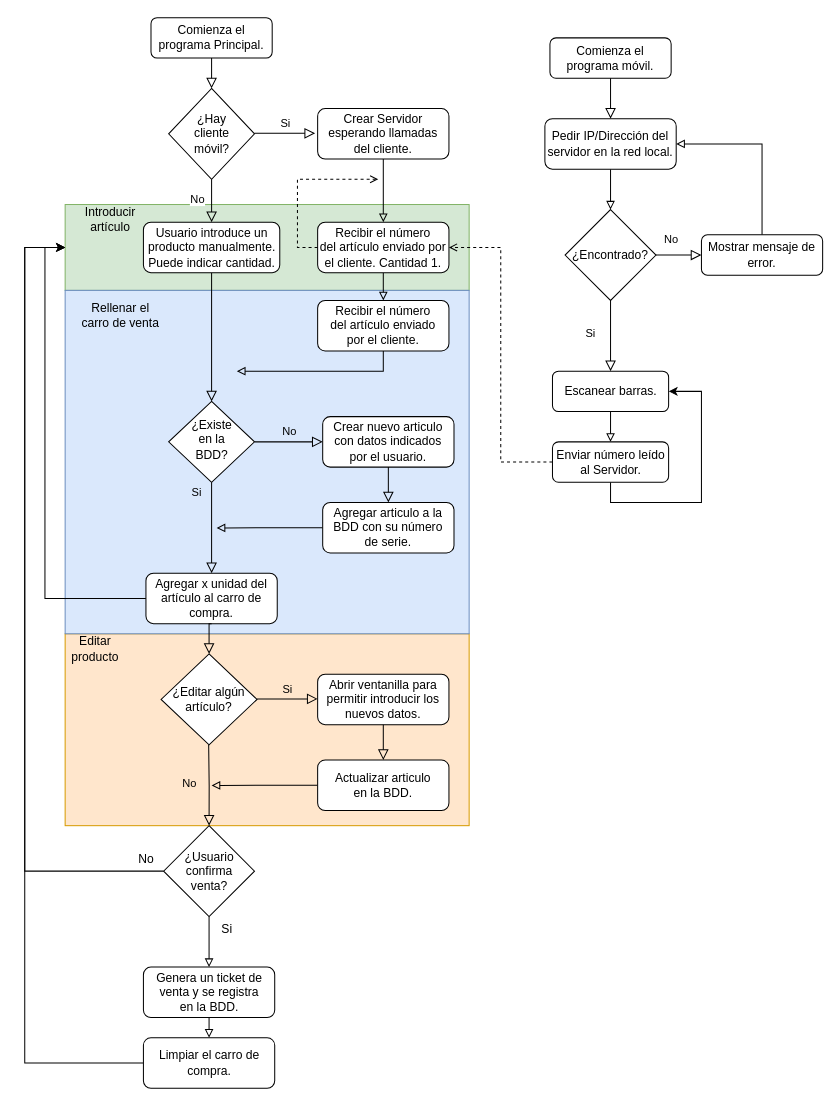
This is Diagramas/Secuencia.drawio from Haoen219/ProyectoFinal, a draw.io file, before an edit. Source tidied: cells renumbered, new cells numbered last; positions are measured from the earlier drawing's top-left corner, leaving out a move shared by most shapes. Both pictures are drawn from the tidied source at 101%, with x=0, y=0 at pixel (24, 17).
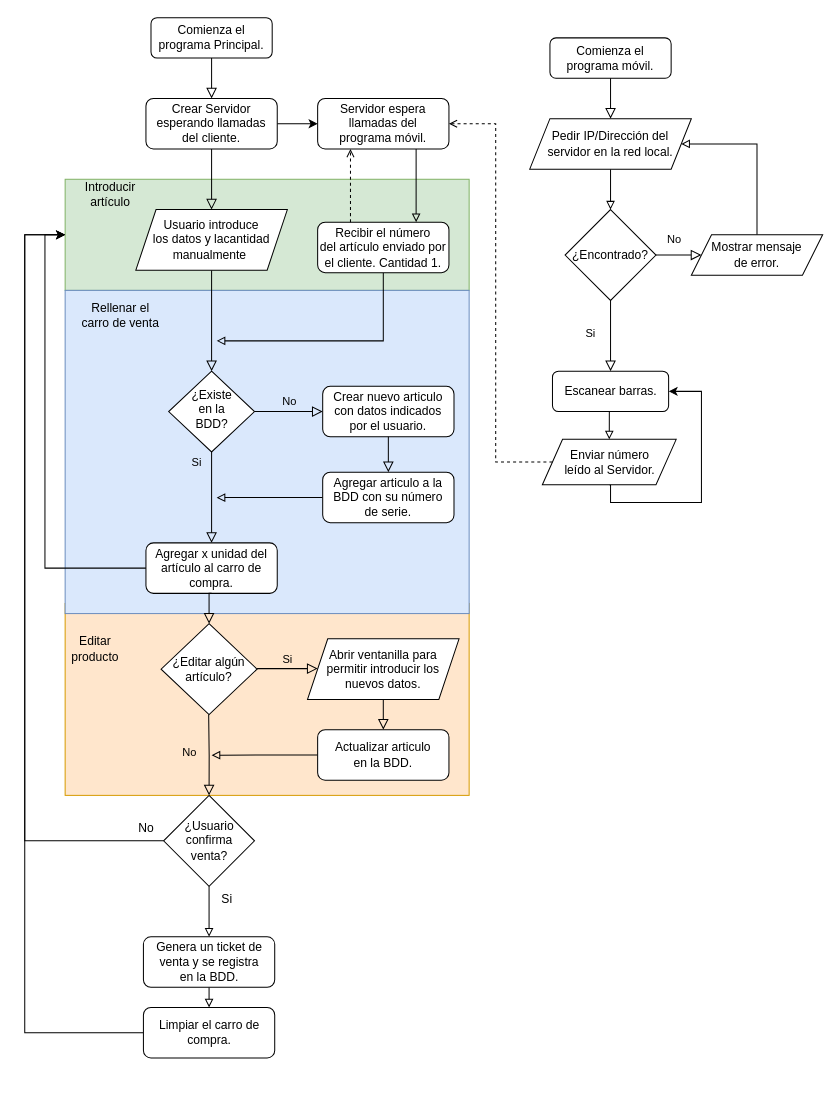
After the change.

Commit message (it also covers changes not shown here):
Actualización de la secuencia de operación.

Unchanged cells that the change refers to:
```xml
<mxCell id="6" value="Comienza el programa Principal." style="rounded=1;whiteSpace=wrap;html=1;fontSize=12;glass=0;strokeWidth=1;shadow=0;" parent="1" vertex="1">
  <mxGeometry x="125" width="120" height="40" as="geometry" />
</mxCell>
<mxCell id="38" value="Comienza el&lt;div&gt;programa móvil.&lt;/div&gt;" style="rounded=1;whiteSpace=wrap;html=1;fontSize=12;glass=0;strokeWidth=1;shadow=0;" parent="1" vertex="1">
  <mxGeometry x="520" y="20" width="120" height="40" as="geometry" />
</mxCell>
<mxCell id="47" value="Escanear barras." style="rounded=1;whiteSpace=wrap;html=1;fontSize=12;glass=0;strokeWidth=1;shadow=0;" parent="1" vertex="1">
  <mxGeometry x="522.5" y="350" width="115" height="40" as="geometry" />
</mxCell>
<mxCell id="54" value="Recibir el número&lt;div&gt;del artículo enviado por el cliente. Cantidad 1.&lt;/div&gt;" style="rounded=1;whiteSpace=wrap;html=1;fontSize=12;glass=0;strokeWidth=1;shadow=0;" parent="1" vertex="1">
  <mxGeometry x="290" y="202.5" width="130" height="50" as="geometry" />
</mxCell>
```

Diff of the diagram source:
```diff
@@
     <mxCell id="2" style="rounded=0;whiteSpace=wrap;html=1;fillColor=#d5e8d4;strokeColor=#82b366;" parent="1" vertex="1">
-      <mxGeometry x="40" y="185" width="400" height="85" as="geometry" />
+      <mxGeometry x="40" y="160" width="400" height="110" as="geometry" />
     </mxCell>
     <mxCell id="3" style="rounded=0;whiteSpace=wrap;html=1;fillColor=#ffe6cc;strokeColor=#d79b00;" parent="1" vertex="1">
-      <mxGeometry x="40" y="610" width="400" height="190" as="geometry" />
+      <mxGeometry x="40" y="580" width="400" height="190" as="geometry" />
     </mxCell>
     <mxCell id="4" style="rounded=0;whiteSpace=wrap;html=1;fillColor=#dae8fc;strokeColor=#6c8ebf;fillStyle=auto;" parent="1" vertex="1">
-      <mxGeometry x="40" y="270" width="400" height="340" as="geometry" />
+      <mxGeometry x="40" y="270" width="400" height="320" as="geometry" />
     </mxCell>
-    <mxCell id="5" style="rounded=0;html=1;jettySize=auto;fontSize=11;endArrow=block;endFill=0;endSize=8;strokeWidth=1;shadow=0;labelBackgroundColor=none;edgeStyle=orthogonalEdgeStyle;" parent="1" edge="1" source="13" target="9">
+    <mxCell id="5" style="rounded=0;html=1;jettySize=auto;fontSize=11;endArrow=block;endFill=0;endSize=8;strokeWidth=1;shadow=0;labelBackgroundColor=none;edgeStyle=orthogonalEdgeStyle;exitX=0.5;exitY=1;exitDx=0;exitDy=0;" parent="1" edge="1" source="66" target="9">
       <mxGeometry relative="1" as="geometry" />
     </mxCell>
@@
     <mxCell id="9" value="¿Existe&lt;div&gt;en&amp;nbsp;&lt;span style=&quot;background-color: initial;&quot;&gt;la&lt;/span&gt;&lt;/div&gt;&lt;div&gt;&lt;span style=&quot;background-color: initial;&quot;&gt;BDD?&lt;/span&gt;&lt;/div&gt;" style="rhombus;whiteSpace=wrap;html=1;shadow=0;fontFamily=Helvetica;fontSize=12;align=center;strokeWidth=1;spacing=6;spacingTop=-4;" parent="1" vertex="1">
-      <mxGeometry x="142.5" y="380" width="85" height="80" as="geometry" />
+      <mxGeometry x="142.5" y="350" width="85" height="80" as="geometry" />
     </mxCell>
     <mxCell id="10" value="Crear nuevo articulo con datos indicados&lt;div&gt;por el usuario.&lt;/div&gt;" style="rounded=1;whiteSpace=wrap;html=1;fontSize=12;glass=0;strokeWidth=1;shadow=0;" parent="1" vertex="1">
-      <mxGeometry x="295" y="395" width="130" height="50" as="geometry" />
+      <mxGeometry x="295" y="365" width="130" height="50" as="geometry" />
     </mxCell>
     <mxCell id="11" style="edgeStyle=orthogonalEdgeStyle;rounded=0;jettySize=auto;html=1;exitX=0;exitY=0.5;exitDx=0;exitDy=0;entryX=0;entryY=0.5;entryDx=0;entryDy=0;" parent="1" edge="1" source="12" target="2">
       <mxGeometry relative="1" as="geometry">
         <Array as="points">
-          <mxPoint x="20" y="575" />
-          <mxPoint x="20" y="228" />
+          <mxPoint x="20" y="545" />
+          <mxPoint x="20" y="215" />
         </Array>
       </mxGeometry>
     </mxCell>
     <mxCell id="12" value="Agregar x unidad del&lt;div&gt;artículo al carro de compra.&lt;/div&gt;" style="rounded=1;whiteSpace=wrap;html=1;fontSize=12;glass=0;strokeWidth=1;shadow=0;" parent="1" vertex="1">
-      <mxGeometry x="120" y="550" width="130" height="50" as="geometry" />
+      <mxGeometry x="120" y="520" width="130" height="50" as="geometry" />
     </mxCell>
-    <mxCell id="13" value="Usuario introduce un producto manualmente.&lt;div&gt;Puede indicar cantidad.&lt;/div&gt;" style="rounded=1;whiteSpace=wrap;html=1;fontSize=12;glass=0;strokeWidth=1;shadow=0;" parent="1" vertex="1">
-      <mxGeometry x="117.5" y="202.5" width="135" height="50" as="geometry" />
-    </mxCell>
-    <mxCell id="14" style="edgeStyle=orthogonalEdgeStyle;rounded=0;jettySize=auto;html=1;exitX=0.5;exitY=1;exitDx=0;exitDy=0;entryX=0.5;entryY=0;entryDx=0;entryDy=0;endArrow=block;endFill=0;" parent="1" edge="1" source="15" target="17">
-      <mxGeometry relative="1" as="geometry" />
+    <mxCell id="14" style="edgeStyle=orthogonalEdgeStyle;rounded=0;jettySize=auto;html=1;exitX=0.5;exitY=1;exitDx=0;exitDy=0;entryX=0.5;entryY=0;entryDx=0;entryDy=0;endArrow=block;endFill=0;" parent="1" edge="1" source="15">
+      <mxGeometry relative="1" as="geometry">
+        <mxPoint x="182.5" y="980" as="targetPoint" />
+      </mxGeometry>
     </mxCell>
     <mxCell id="15" value="Genera un ticket de venta y se registra&lt;div&gt;en la BDD.&lt;/div&gt;" style="rounded=1;whiteSpace=wrap;html=1;fontSize=12;glass=0;strokeWidth=1;shadow=0;" parent="1" vertex="1">
-      <mxGeometry x="117.5" y="940" width="130" height="50" as="geometry" />
+      <mxGeometry x="117.5" y="910" width="130" height="50" as="geometry" />
     </mxCell>
     <mxCell id="16" style="edgeStyle=orthogonalEdgeStyle;rounded=0;jettySize=auto;html=1;exitX=0;exitY=0.5;exitDx=0;exitDy=0;entryX=0;entryY=0.5;entryDx=0;entryDy=0;" parent="1" edge="1" source="17" target="2">
       <mxGeometry relative="1" as="geometry">
         <Array as="points">
-          <mxPoint y="1035" />
-          <mxPoint y="228" />
+          <mxPoint y="1005" />
+          <mxPoint y="215" />
         </Array>
       </mxGeometry>
     </mxCell>
     <mxCell id="17" value="Limpiar el carro de compra." style="rounded=1;whiteSpace=wrap;html=1;fontSize=12;glass=0;strokeWidth=1;shadow=0;" parent="1" vertex="1">
-      <mxGeometry x="117.5" y="1010" width="130" height="50" as="geometry" />
+      <mxGeometry x="117.5" y="980" width="130" height="50" as="geometry" />
     </mxCell>
     <mxCell id="18" style="rounded=0;html=1;jettySize=auto;fontSize=11;endArrow=block;endFill=0;endSize=8;strokeWidth=1;shadow=0;labelBackgroundColor=none;edgeStyle=orthogonalEdgeStyle;exitX=0.5;exitY=1;exitDx=0;exitDy=0;" parent="1" edge="1" source="10" target="20">
       <mxGeometry y="20" relative="1" as="geometry">
         <Array as="points">
-          <mxPoint x="360" y="460" />
-          <mxPoint x="360" y="460" />
+          <mxPoint x="360" y="430" />
+          <mxPoint x="360" y="430" />
         </Array>
       </mxGeometry>
     </mxCell>
     <mxCell id="19" style="edgeStyle=orthogonalEdgeStyle;rounded=0;jettySize=auto;html=1;exitX=0;exitY=0.5;exitDx=0;exitDy=0;endArrow=block;endFill=0;" parent="1" edge="1" source="20">
       <mxGeometry relative="1" as="geometry">
-        <mxPoint x="190" y="505.2" as="targetPoint" />
+        <mxPoint x="190" y="475.2" as="targetPoint" />
       </mxGeometry>
     </mxCell>
     <mxCell id="20" value="Agregar articulo a la BDD con su número&lt;div&gt;de serie.&lt;/div&gt;" style="rounded=1;whiteSpace=wrap;html=1;fontSize=12;glass=0;strokeWidth=1;shadow=0;" parent="1" vertex="1">
-      <mxGeometry x="295" y="480" width="130" height="50" as="geometry" />
+      <mxGeometry x="295" y="450" width="130" height="50" as="geometry" />
     </mxCell>
@@
     <mxCell id="22" value="¿Editar algún artículo?" style="rhombus;whiteSpace=wrap;html=1;" parent="1" vertex="1">
-      <mxGeometry x="135" y="630" width="95" height="90" as="geometry" />
+      <mxGeometry x="135" y="600" width="95" height="90" as="geometry" />
     </mxCell>
     <mxCell id="23" value="Si" style="edgeStyle=orthogonalEdgeStyle;rounded=0;html=1;jettySize=auto;orthogonalLoop=1;fontSize=11;endArrow=block;endFill=0;endSize=8;strokeWidth=1;shadow=0;labelBackgroundColor=none;" parent="1" edge="1">
       <mxGeometry y="10" relative="1" as="geometry">
-        <mxPoint x="230" y="674.5" as="sourcePoint" />
-        <mxPoint x="290" y="674.5" as="targetPoint" />
+        <mxPoint x="230" y="644.5" as="sourcePoint" />
+        <mxPoint x="290" y="644.5" as="targetPoint" />
       </mxGeometry>
     </mxCell>
-    <mxCell id="24" value="Abrir ventanilla para permitir introducir los nuevos datos." style="rounded=1;whiteSpace=wrap;html=1;fontSize=12;glass=0;strokeWidth=1;shadow=0;" parent="1" vertex="1">
-      <mxGeometry x="290" y="650" width="130" height="50" as="geometry" />
-    </mxCell>
     <mxCell id="25" style="rounded=0;html=1;jettySize=auto;fontSize=11;endArrow=block;endFill=0;endSize=8;strokeWidth=1;shadow=0;labelBackgroundColor=none;edgeStyle=orthogonalEdgeStyle;exitX=0.5;exitY=1;exitDx=0;exitDy=0;" parent="1" edge="1" target="27">
       <mxGeometry y="20" relative="1" as="geometry">
-        <mxPoint x="355" y="700" as="sourcePoint" />
+        <mxPoint x="355" y="670" as="sourcePoint" />
         <Array as="points">
-          <mxPoint x="355" y="715" />
-          <mxPoint x="355" y="715" />
+          <mxPoint x="355" y="685" />
+          <mxPoint x="355" y="685" />
         </Array>
       </mxGeometry>
     </mxCell>
     <mxCell id="26" style="edgeStyle=orthogonalEdgeStyle;rounded=0;jettySize=auto;html=1;exitX=0;exitY=0.5;exitDx=0;exitDy=0;endArrow=block;endFill=0;" parent="1" edge="1" source="27">
       <mxGeometry relative="1" as="geometry">
-        <mxPoint x="185" y="760.2" as="targetPoint" />
+        <mxPoint x="185" y="730.2" as="targetPoint" />
       </mxGeometry>
     </mxCell>
     <mxCell id="27" value="Actualizar articulo&lt;div&gt;en la BDD.&lt;/div&gt;" style="rounded=1;whiteSpace=wrap;html=1;fontSize=12;glass=0;strokeWidth=1;shadow=0;" parent="1" vertex="1">
-      <mxGeometry x="290" y="735" width="130" height="50" as="geometry" />
+      <mxGeometry x="290" y="705" width="130" height="50" as="geometry" />
     </mxCell>
     <mxCell id="28" value="No" style="rounded=0;html=1;jettySize=auto;fontSize=11;endArrow=block;endFill=0;endSize=8;strokeWidth=1;shadow=0;labelBackgroundColor=none;edgeStyle=orthogonalEdgeStyle;entryX=0.5;entryY=0;entryDx=0;entryDy=0;" parent="1" edge="1" target="59">
       <mxGeometry x="-0.06" y="-20" relative="1" as="geometry">
-        <mxPoint x="182.1" y="720" as="sourcePoint" />
+        <mxPoint x="182.1" y="690" as="sourcePoint" />
       </mxGeometry>
     </mxCell>
     <mxCell id="29" value="Introducir&lt;div&gt;artículo&lt;/div&gt;" style="text;html=1;align=center;verticalAlign=middle;whiteSpace=wrap;rounded=0;" parent="1" vertex="1">
-      <mxGeometry x="40" y="185" width="90" height="30" as="geometry" />
+      <mxGeometry x="40" y="160" width="90" height="30" as="geometry" />
     </mxCell>
@@
-    <mxCell id="31" style="rounded=0;html=1;jettySize=auto;fontSize=11;endArrow=block;endFill=0;endSize=8;strokeWidth=1;shadow=0;labelBackgroundColor=none;edgeStyle=orthogonalEdgeStyle;entryX=0.5;entryY=0;entryDx=0;entryDy=0;" parent="1" edge="1" source="6" target="32">
+    <mxCell id="31" style="rounded=0;html=1;jettySize=auto;fontSize=11;endArrow=block;endFill=0;endSize=8;strokeWidth=1;shadow=0;labelBackgroundColor=none;edgeStyle=orthogonalEdgeStyle;entryX=0.5;entryY=0;entryDx=0;entryDy=0;" parent="1" edge="1" source="6" target="37">
       <mxGeometry relative="1" as="geometry" />
     </mxCell>
-    <mxCell id="32" value="¿Hay&lt;div&gt;cliente&lt;div&gt;móvil?&lt;/div&gt;&lt;/div&gt;" style="rhombus;whiteSpace=wrap;html=1;" parent="1" vertex="1">
-      <mxGeometry x="142.5" y="70" width="85" height="90" as="geometry" />
-    </mxCell>
-    <mxCell id="33" style="rounded=0;html=1;jettySize=auto;fontSize=11;endArrow=block;endFill=0;endSize=8;strokeWidth=1;shadow=0;labelBackgroundColor=none;edgeStyle=orthogonalEdgeStyle;entryX=0.5;entryY=0;entryDx=0;entryDy=0;exitX=0.5;exitY=1;exitDx=0;exitDy=0;" parent="1" edge="1" source="32" target="13">
+    <mxCell id="33" style="rounded=0;html=1;jettySize=auto;fontSize=11;endArrow=block;endFill=0;endSize=8;strokeWidth=1;shadow=0;labelBackgroundColor=none;edgeStyle=orthogonalEdgeStyle;entryX=0.5;entryY=0;entryDx=0;entryDy=0;exitX=0.5;exitY=1;exitDx=0;exitDy=0;" parent="1" edge="1" source="37" target="66">
       <mxGeometry x="-0.06" y="-20" relative="1" as="geometry" />
     </mxCell>
-    <mxCell id="34" value="No" style="edgeLabel;html=1;align=center;verticalAlign=middle;" parent="33" vertex="1">
-      <mxGeometry x="-0.1" y="-15" relative="1" as="geometry" />
-    </mxCell>
-    <mxCell id="35" value="Si" style="edgeStyle=orthogonalEdgeStyle;rounded=0;html=1;jettySize=auto;orthogonalLoop=1;fontSize=11;endArrow=block;endFill=0;endSize=8;strokeWidth=1;shadow=0;labelBackgroundColor=none;" parent="1" edge="1">
-      <mxGeometry y="10" relative="1" as="geometry">
-        <mxPoint x="227.5" y="114.5" as="sourcePoint" />
-        <mxPoint x="287.5" y="114.5" as="targetPoint" />
-      </mxGeometry>
-    </mxCell>
-    <mxCell id="36" style="edgeStyle=orthogonalEdgeStyle;rounded=0;jettySize=auto;html=1;exitX=0.5;exitY=1;exitDx=0;exitDy=0;entryX=0.5;entryY=0;entryDx=0;entryDy=0;endArrow=block;endFill=0;" parent="1" edge="1" source="37" target="54">
-      <mxGeometry relative="1" as="geometry" />
-    </mxCell>
+    <mxCell id="63" style="edgeStyle=orthogonalEdgeStyle;rounded=0;jettySize=auto;html=1;exitX=1;exitY=0.5;exitDx=0;exitDy=0;entryX=0;entryY=0.5;entryDx=0;entryDy=0;" parent="1" edge="1" source="37" target="65">
+      <mxGeometry relative="1" as="geometry" />
+    </mxCell>
     <mxCell id="37" value="Crear Servidor esperando llamadas&lt;div&gt;del cliente.&lt;/div&gt;" style="rounded=1;whiteSpace=wrap;html=1;fontSize=12;glass=0;strokeWidth=1;shadow=0;" parent="1" vertex="1">
-      <mxGeometry x="290" y="90" width="130" height="50" as="geometry" />
+      <mxGeometry x="120" y="80" width="130" height="50" as="geometry" />
     </mxCell>
@@
-    <mxCell id="39" style="rounded=0;html=1;jettySize=auto;fontSize=11;endArrow=block;endFill=0;endSize=8;strokeWidth=1;shadow=0;labelBackgroundColor=none;edgeStyle=orthogonalEdgeStyle;entryX=0.5;entryY=0;entryDx=0;entryDy=0;" parent="1" edge="1" source="38">
-      <mxGeometry relative="1" as="geometry">
-        <mxPoint x="580" y="100" as="targetPoint" />
-      </mxGeometry>
+    <mxCell id="39" style="rounded=0;html=1;jettySize=auto;fontSize=11;endArrow=block;endFill=0;endSize=8;strokeWidth=1;shadow=0;labelBackgroundColor=none;edgeStyle=orthogonalEdgeStyle;entryX=0.5;entryY=0;entryDx=0;entryDy=0;" parent="1" edge="1" source="38" target="41">
+      <mxGeometry relative="1" as="geometry" />
     </mxCell>
@@
-    <mxCell id="41" value="Pedir IP/Dirección del&lt;div&gt;servidor en la red local.&lt;/div&gt;" style="rounded=1;whiteSpace=wrap;html=1;fontSize=12;glass=0;strokeWidth=1;shadow=0;" parent="1" vertex="1">
-      <mxGeometry x="515" y="100" width="130" height="50" as="geometry" />
-    </mxCell>
@@
     <mxCell id="43" style="edgeStyle=orthogonalEdgeStyle;rounded=0;jettySize=auto;html=1;exitX=0.5;exitY=0;exitDx=0;exitDy=0;entryX=1;entryY=0.5;entryDx=0;entryDy=0;endArrow=block;endFill=0;" parent="1" edge="1" source="44" target="41">
-      <mxGeometry relative="1" as="geometry" />
+      <mxGeometry relative="1" as="geometry">
+        <Array as="points">
+          <mxPoint x="725" y="125" />
+        </Array>
+      </mxGeometry>
     </mxCell>
-    <mxCell id="44" value="Mostrar mensaje de error." style="rounded=1;whiteSpace=wrap;html=1;fontSize=12;glass=0;strokeWidth=1;shadow=0;" parent="1" vertex="1">
-      <mxGeometry x="670" y="215" width="120" height="40" as="geometry" />
-    </mxCell>
@@
-    <mxCell id="48" style="edgeStyle=orthogonalEdgeStyle;rounded=0;jettySize=auto;html=1;exitX=0;exitY=0.5;exitDx=0;exitDy=0;entryX=1;entryY=0.5;entryDx=0;entryDy=0;dashed=1;endArrow=open;endFill=0;" parent="1" edge="1" source="50" target="54">
+    <mxCell id="48" style="edgeStyle=orthogonalEdgeStyle;rounded=0;jettySize=auto;html=1;exitX=0;exitY=0.5;exitDx=0;exitDy=0;entryX=1;entryY=0.5;entryDx=0;entryDy=0;dashed=1;endArrow=open;endFill=0;" parent="1" edge="1" source="50" target="65">
       <mxGeometry relative="1" as="geometry" />
     </mxCell>
     <mxCell id="49" style="edgeStyle=orthogonalEdgeStyle;rounded=0;jettySize=auto;html=1;exitX=0.5;exitY=1;exitDx=0;exitDy=0;entryX=1;entryY=0.5;entryDx=0;entryDy=0;" parent="1" edge="1" source="50" target="47">
       <mxGeometry relative="1" as="geometry">
         <Array as="points">
+          <mxPoint x="580" y="462" />
           <mxPoint x="580" y="480" />
           <mxPoint x="670" y="480" />
           <mxPoint x="670" y="370" />
         </Array>
       </mxGeometry>
     </mxCell>
-    <mxCell id="50" value="Enviar número leído al Servidor." style="rounded=1;whiteSpace=wrap;html=1;fontSize=12;glass=0;strokeWidth=1;shadow=0;" parent="1" vertex="1">
-      <mxGeometry x="522.5" y="420" width="115" height="40" as="geometry" />
-    </mxCell>
@@
-    <mxCell id="52" style="edgeStyle=orthogonalEdgeStyle;rounded=0;jettySize=auto;html=1;exitX=0.5;exitY=1;exitDx=0;exitDy=0;endArrow=block;endFill=0;" parent="1" edge="1" source="55">
+    <mxCell id="52" style="edgeStyle=orthogonalEdgeStyle;rounded=0;jettySize=auto;html=1;exitX=0.5;exitY=1;exitDx=0;exitDy=0;endArrow=block;endFill=0;" parent="1" edge="1" source="54">
       <mxGeometry relative="1" as="geometry">
-        <mxPoint x="210" y="350" as="targetPoint" />
+        <mxPoint x="190" y="320" as="targetPoint" />
         <Array as="points">
-          <mxPoint x="355" y="350" />
+          <mxPoint x="355" y="320" />
+          <mxPoint x="190" y="320" />
         </Array>
       </mxGeometry>
     </mxCell>
-    <mxCell id="53" style="edgeStyle=orthogonalEdgeStyle;rounded=0;jettySize=auto;html=1;exitX=0.5;exitY=1;exitDx=0;exitDy=0;entryX=0.5;entryY=0;entryDx=0;entryDy=0;endArrow=block;endFill=0;" parent="1" edge="1" source="54" target="55">
-      <mxGeometry relative="1" as="geometry" />
-    </mxCell>
@@
-    <mxCell id="55" value="Recibir el número&lt;div&gt;del artículo enviado&lt;/div&gt;&lt;div&gt;por el cliente.&lt;/div&gt;" style="rounded=1;whiteSpace=wrap;html=1;fontSize=12;glass=0;strokeWidth=1;shadow=0;" parent="1" vertex="1">
-      <mxGeometry x="290" y="280" width="130" height="50" as="geometry" />
-    </mxCell>
@@
     <mxCell id="58" style="edgeStyle=orthogonalEdgeStyle;rounded=0;jettySize=auto;html=1;exitX=0;exitY=0.5;exitDx=0;exitDy=0;entryX=0;entryY=0.5;entryDx=0;entryDy=0;" parent="1" edge="1" source="59" target="2">
       <mxGeometry relative="1" as="geometry">
         <Array as="points">
-          <mxPoint y="845" />
-          <mxPoint y="228" />
+          <mxPoint y="815" />
+          <mxPoint y="215" />
         </Array>
       </mxGeometry>
     </mxCell>
     <mxCell id="59" value="¿Usuario&lt;div&gt;confirma&lt;/div&gt;&lt;div&gt;venta?&lt;/div&gt;" style="rhombus;whiteSpace=wrap;html=1;" parent="1" vertex="1">
-      <mxGeometry x="137.5" y="800" width="90" height="90" as="geometry" />
+      <mxGeometry x="137.5" y="770" width="90" height="90" as="geometry" />
     </mxCell>
     <mxCell id="60" value="No" style="text;html=1;align=center;verticalAlign=middle;strokeColor=none;fillColor=none;" parent="1" vertex="1">
-      <mxGeometry x="100" y="818" width="40" height="30" as="geometry" />
+      <mxGeometry x="100" y="788" width="40" height="30" as="geometry" />
     </mxCell>
     <mxCell id="61" value="Si" style="text;html=1;align=center;verticalAlign=middle;strokeColor=none;fillColor=none;" parent="1" vertex="1">
-      <mxGeometry x="185" y="888" width="30" height="30" as="geometry" />
+      <mxGeometry x="185" y="858" width="30" height="30" as="geometry" />
     </mxCell>
-    <mxCell id="62" style="edgeStyle=orthogonalEdgeStyle;rounded=0;jettySize=auto;html=1;exitX=0;exitY=0.5;exitDx=0;exitDy=0;dashed=1;endArrow=open;endFill=0;" parent="1" edge="1" source="54">
+    <mxCell id="62" style="edgeStyle=orthogonalEdgeStyle;rounded=0;jettySize=auto;html=1;exitX=0.25;exitY=0;exitDx=0;exitDy=0;dashed=1;endArrow=open;endFill=0;entryX=0.25;entryY=1;entryDx=0;entryDy=0;" parent="1" edge="1" source="54" target="65">
       <mxGeometry relative="1" as="geometry">
-        <mxPoint x="350" y="160" as="targetPoint" />
         <Array as="points">
-          <mxPoint x="270" y="228" />
-          <mxPoint x="270" y="160" />
+          <mxPoint x="323" y="202" />
+          <mxPoint x="323" y="130" />
         </Array>
       </mxGeometry>
     </mxCell>
+    <mxCell id="64" style="edgeStyle=orthogonalEdgeStyle;rounded=0;jettySize=auto;html=1;exitX=0.75;exitY=1;exitDx=0;exitDy=0;entryX=0.75;entryY=0;entryDx=0;entryDy=0;endArrow=block;endFill=0;" parent="1" edge="1" source="65" target="54">
+      <mxGeometry relative="1" as="geometry" />
+    </mxCell>
+    <mxCell id="65" value="Servidor espera&lt;div&gt;llamadas del&lt;/div&gt;&lt;div&gt;programa móvil.&lt;/div&gt;" style="rounded=1;whiteSpace=wrap;html=1;fontSize=12;glass=0;strokeWidth=1;shadow=0;" parent="1" vertex="1">
+      <mxGeometry x="290" y="80" width="130" height="50" as="geometry" />
+    </mxCell>
+    <mxCell id="50" value="Enviar número&lt;div&gt;leído&amp;nbsp;&lt;span style=&quot;background-color: initial;&quot;&gt;al Servidor.&lt;/span&gt;&lt;/div&gt;" style="shape=parallelogram;perimeter=parallelogramPerimeter;whiteSpace=wrap;html=1;fixedSize=1;" parent="1" vertex="1">
+      <mxGeometry x="512.5" y="417.5" width="132.5" height="45" as="geometry" />
+    </mxCell>
+    <mxCell id="44" value="Mostrar mensaje&lt;div&gt;de error.&lt;/div&gt;" style="shape=parallelogram;perimeter=parallelogramPerimeter;whiteSpace=wrap;html=1;fixedSize=1;" parent="1" vertex="1">
+      <mxGeometry x="660" y="215" width="130" height="40" as="geometry" />
+    </mxCell>
+    <mxCell id="41" value="Pedir IP/Dirección del&lt;div&gt;servidor en la red local.&lt;/div&gt;" style="shape=parallelogram;perimeter=parallelogramPerimeter;whiteSpace=wrap;html=1;fixedSize=1;" parent="1" vertex="1">
+      <mxGeometry x="500" y="100" width="160" height="50" as="geometry" />
+    </mxCell>
+    <mxCell id="24" value="Abrir ventanilla para permitir introducir los nuevos datos." style="shape=parallelogram;perimeter=parallelogramPerimeter;whiteSpace=wrap;html=1;fixedSize=1;" parent="1" vertex="1">
+      <mxGeometry x="280" y="615" width="150" height="60" as="geometry" />
+    </mxCell>
+    <mxCell id="66" value="Usuario introduce&lt;div&gt;los&amp;nbsp;&lt;span style=&quot;background-color: initial;&quot;&gt;datos y lacantidad manualmente&amp;nbsp;&lt;/span&gt;&lt;/div&gt;" style="shape=parallelogram;perimeter=parallelogramPerimeter;whiteSpace=wrap;html=1;fixedSize=1;" parent="1" vertex="1">
+      <mxGeometry x="110" y="190" width="150" height="60" as="geometry" />
+    </mxCell>
```
